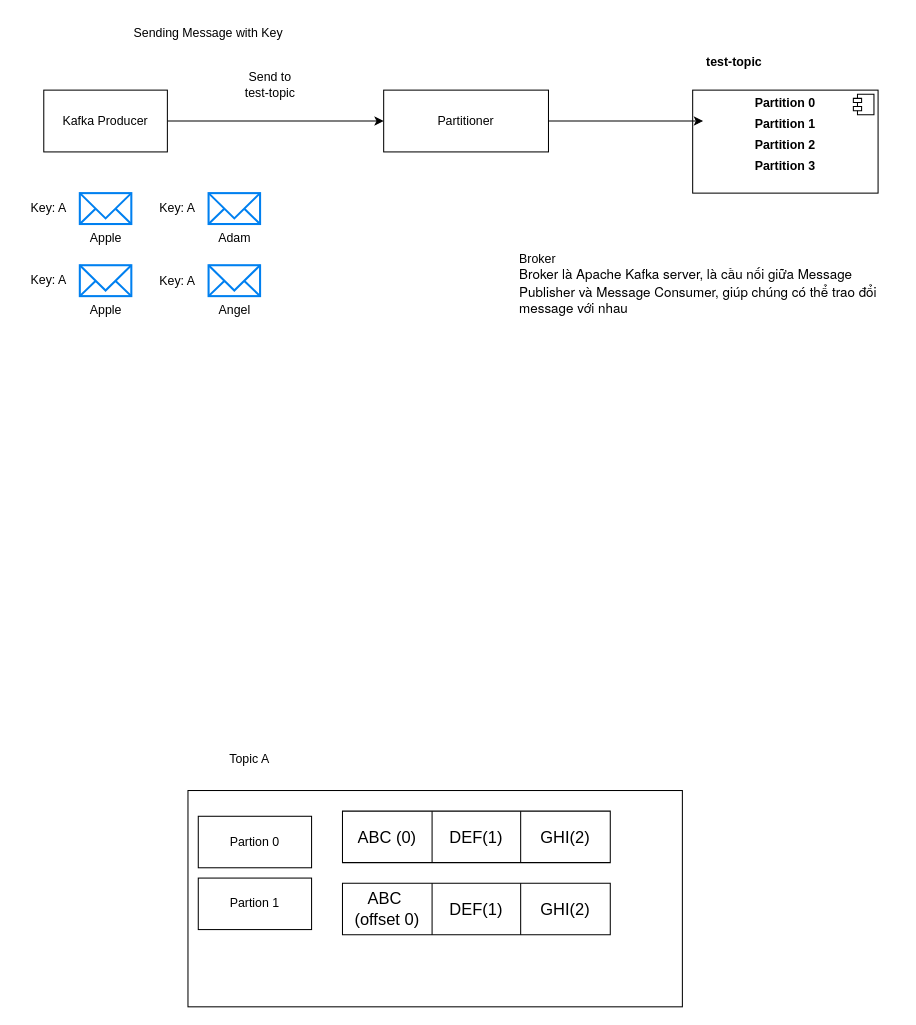
Before: page "Kafka" (4 of 6) of Realtime.drawio in tuankhoi2206/Draft-system-overview, a draw.io diagram. Source tidied: cells renumbered, new cells numbered last; positions are measured from the earlier drawing's top-left corner, leaving out a move shared by most shapes. Both pictures are drawn from the tidied source at 103%, with x=0, y=0 at pixel (18, 18).
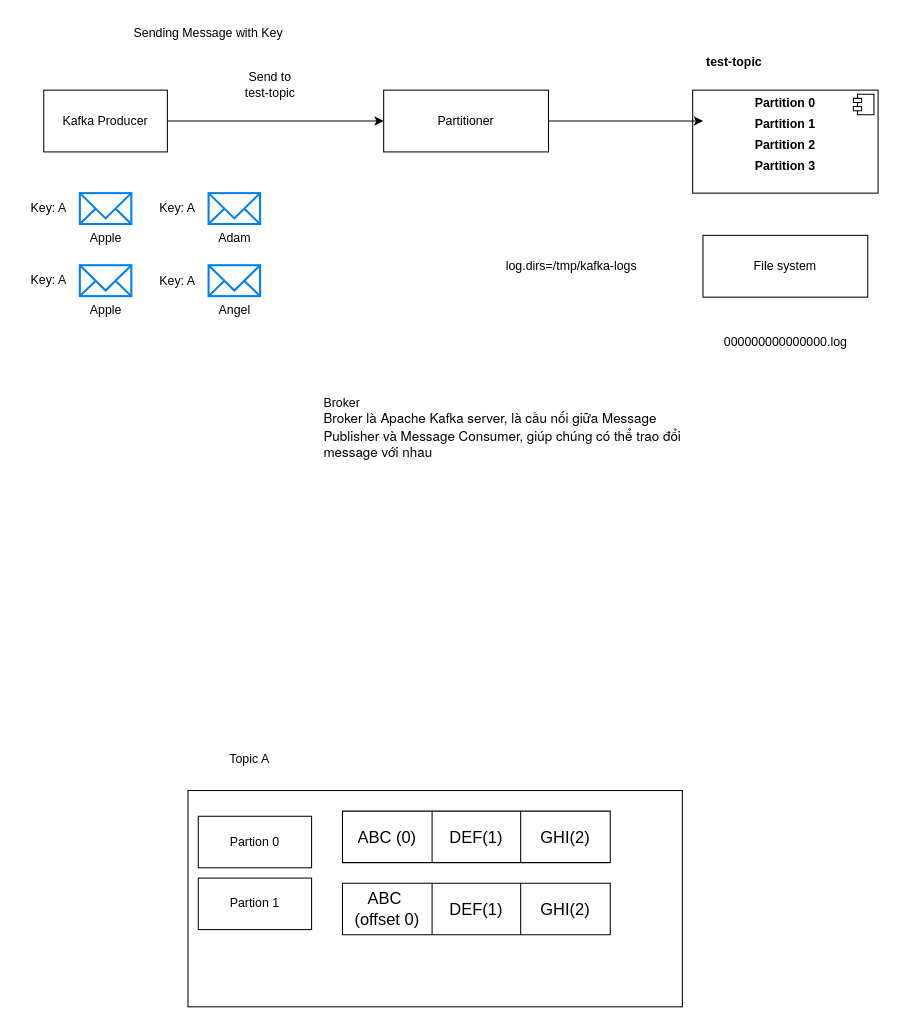
The same diagram, later.

Change to the diagram source:
```diff
@@
     <mxCell id="19" value="Broker&lt;div&gt;&lt;span style=&quot;font-family: ProximaNova, &amp;quot;Helvetica Neue&amp;quot;, Helvetica, Arial, sans-serif; background-color: rgb(255, 255, 255);&quot;&gt;&lt;font style=&quot;font-size: 13px;&quot;&gt;Broker là Apache Kafka server, là cầu nối giữa Message Publisher và Message Consumer, giúp chúng có thể trao đổi message với nhau&lt;/font&gt;&lt;/span&gt;&lt;/div&gt;" style="text;whiteSpace=wrap;html=1;align=left;" parent="1" vertex="1">
-      <mxGeometry x="485" y="220" width="370" height="90" as="geometry" />
+      <mxGeometry x="295" y="360" width="370" height="90" as="geometry" />
     </mxCell>
@@
+    <mxCell id="34" value="File system" style="rounded=0;whiteSpace=wrap;html=1;" parent="1" vertex="1">
+      <mxGeometry x="665" y="211" width="160" height="60" as="geometry" />
+    </mxCell>
+    <mxCell id="35" value="log.dirs=/tmp/kafka-logs" style="text;html=1;align=center;verticalAlign=middle;whiteSpace=wrap;rounded=0;" parent="1" vertex="1">
+      <mxGeometry x="465" y="226" width="145" height="30" as="geometry" />
+    </mxCell>
+    <mxCell id="36" value="000000000000000.log" style="text;html=1;align=center;verticalAlign=middle;whiteSpace=wrap;rounded=0;" parent="1" vertex="1">
+      <mxGeometry x="672.5" y="300" width="145" height="30" as="geometry" />
+    </mxCell>
```
